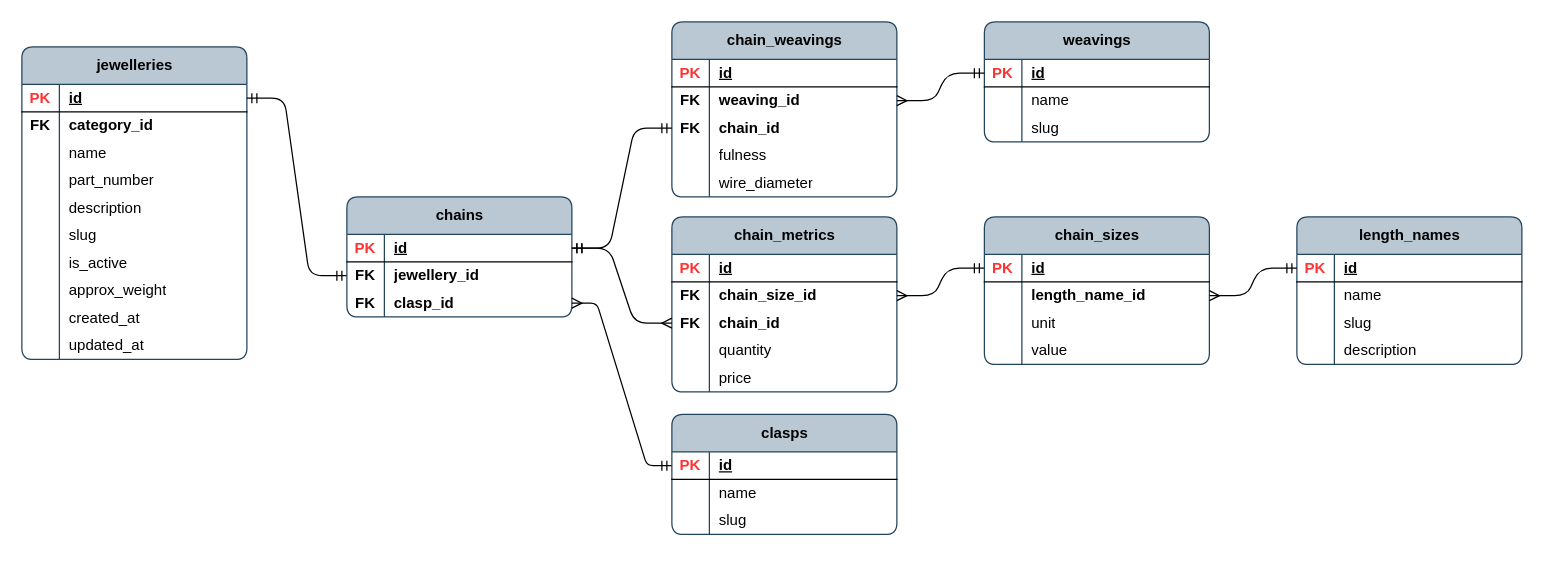
Above: page "jw_chain_props" (10 of 14) of publisher/laravel-app/psql_jewellery_items.drawio in Local-development-environment/msg-brokers-publisher-consumer (draw.io), before the change. Source tidied: cells renumbered, new cells numbered last; positions are measured from the earlier drawing's top-left corner, leaving out a move shared by most shapes. Both pictures are drawn from the tidied source at 125%, with x=0, y=0 at pixel (21, 21).
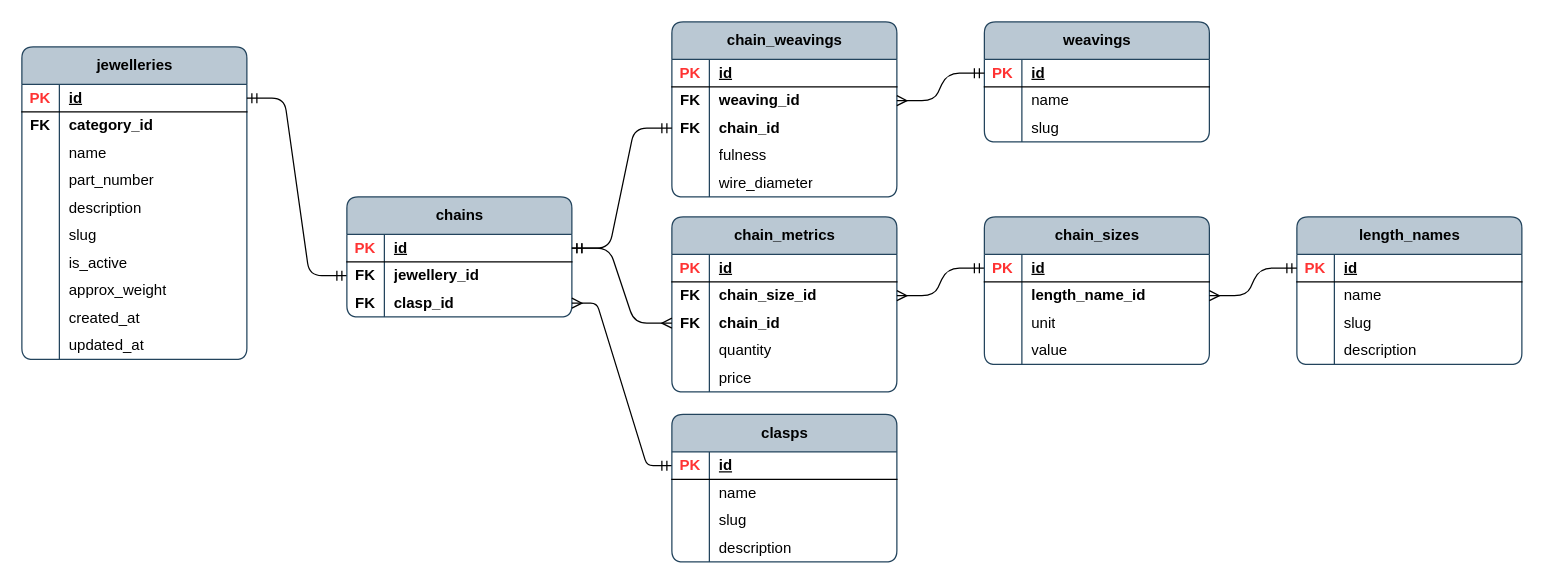
The same page after the edit.

Change to the diagram source:
```diff
@@
     <mxCell id="104" value="clasps" style="shape=table;startSize=30;childLayout=tableLayout;rowLines=0;fontStyle=1;align=center;html=1;rounded=1;swimlaneFillColor=none;fillColor=#bac8d3;strokeColor=#23445d;columnLines=1;arcSize=10;" parent="1" vertex="1">
-      <mxGeometry x="520" y="314" width="180" height="96" as="geometry" />
+      <mxGeometry x="520" y="314" width="180" height="118" as="geometry" />
     </mxCell>
@@
+    <mxCell id="128" style="shape=tableRow;horizontal=0;startSize=0;swimlaneHead=0;swimlaneBody=0;fillColor=none;top=0;left=0;right=0;bottom=0;rounded=0;" parent="104" vertex="1">
+      <mxGeometry y="96" width="180" height="22" as="geometry" />
+    </mxCell>
+    <mxCell id="129" style="shape=partialRectangle;fillColor=none;top=0;left=0;bottom=0;right=0;overflow=hidden;whiteSpace=wrap;html=1;" parent="128" vertex="1">
+      <mxGeometry width="30" height="22" as="geometry" />
+    </mxCell>
+    <mxCell id="130" value="description" style="shape=partialRectangle;fillColor=none;top=0;left=0;bottom=0;right=0;align=left;spacingLeft=6;overflow=hidden;whiteSpace=wrap;html=1;" parent="128" vertex="1">
+      <mxGeometry x="30" width="150" height="22" as="geometry" />
+    </mxCell>
```
